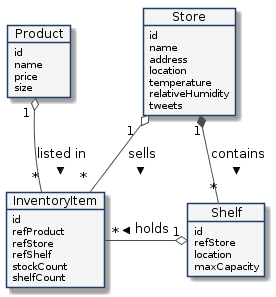
Above: img/entities.png in FIWARE/tutorials.CRUD-Operations (PlantUML), before the change.
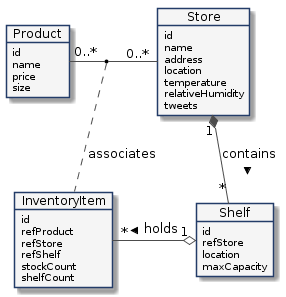
The same diagram one commit later.

Commit message:
Adding Association Relationship

Change to the diagram source:
```diff
@@ -40,8 +40,9 @@
 Shelf : location
 Shelf : maxCapacity
 
-Product "1 " o-- " *" InventoryItem  : listed in >
-Store " 1  " o-- " *  " InventoryItem :  sells >
 Store "1" *-- "*" Shelf : contains >
 InventoryItem "*" -o " 1" Shelf : < holds
+
+Product "0..*" - "0..*" Store
+(Product, Store) .. InventoryItem : associates
 @enduml
```
